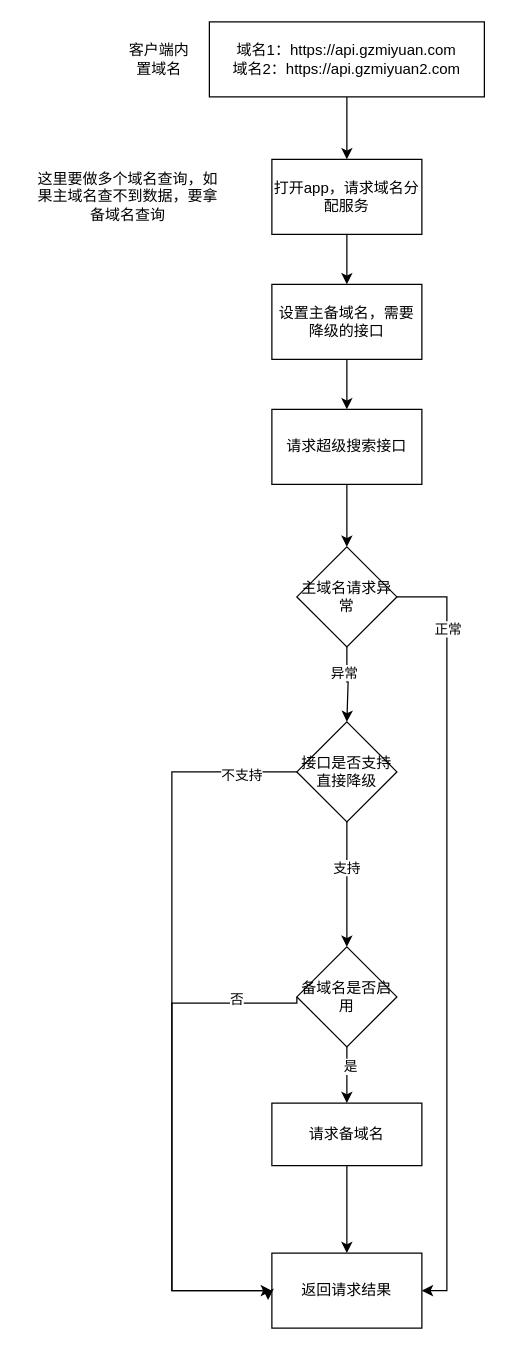
Above: page "第 1 页" (1 of 3) of 用户维度获取主备域名.drawio in smallleaf/draw.io (draw.io), before the change. Source tidied: cells renumbered, new cells numbered last; positions are measured from the earlier drawing's top-left corner, leaving out a move shared by most shapes. Both pictures are drawn from the tidied source at 125%, with x=0, y=0 at pixel (34, 21).
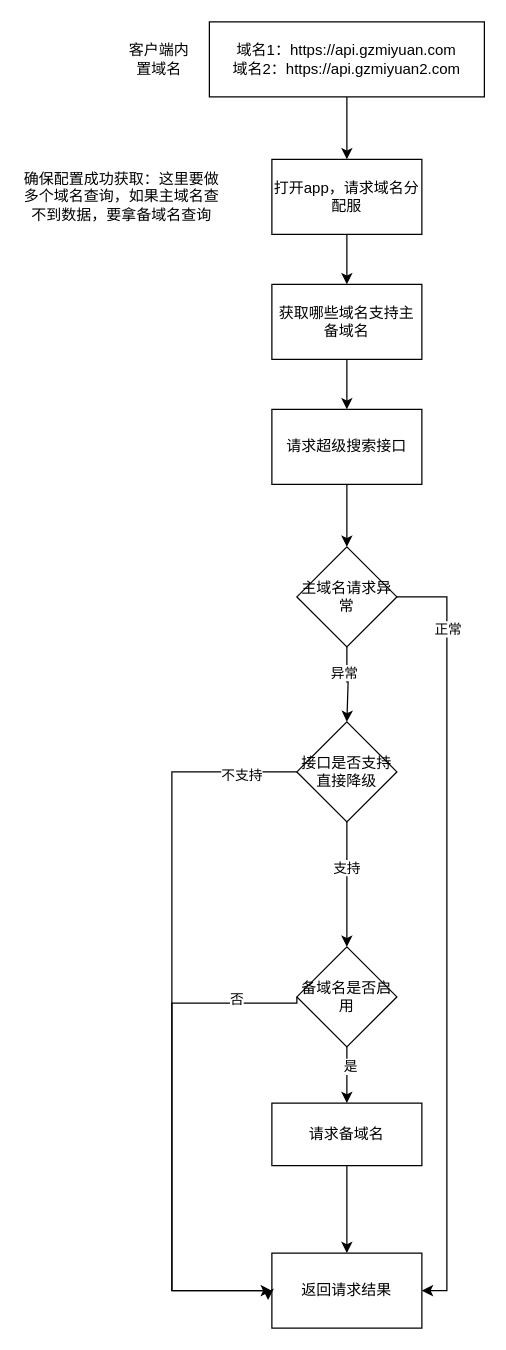
The same page after the edit.

Commit message:
更新用户维度获取主备域名.drawio

Change to the diagram source:
```diff
@@
-    <mxCell id="14" value="打开app，请求域名分配服务" style="rounded=0;whiteSpace=wrap;html=1;" parent="1" vertex="1">
+    <mxCell id="14" value="打开app，请求域名分配服" style="rounded=0;whiteSpace=wrap;html=1;" parent="1" vertex="1">
       <mxGeometry x="190" y="110" width="120" height="60" as="geometry" />
     </mxCell>
@@
-    <mxCell id="22" value="这里要做多个域名查询，如果主域名查不到数据，要拿备域名查询" style="text;html=1;align=center;verticalAlign=middle;whiteSpace=wrap;rounded=0;" parent="1" vertex="1">
-      <mxGeometry y="120" width="150" height="40" as="geometry" />
+    <mxCell id="22" value="确保配置成功获取：这里要做多个域名查询，如果主域名查不到数据，要拿备域名查询" style="text;html=1;align=center;verticalAlign=middle;whiteSpace=wrap;rounded=0;" parent="1" vertex="1">
+      <mxGeometry x="-10" y="110" width="160" height="60" as="geometry" />
     </mxCell>
@@
-    <mxCell id="24" value="设置主备域名，需要降级的接口" style="rounded=0;whiteSpace=wrap;html=1;" parent="1" vertex="1">
+    <mxCell id="24" value="获取哪些域名支持主备域名" style="rounded=0;whiteSpace=wrap;html=1;" parent="1" vertex="1">
       <mxGeometry x="190" y="210" width="120" height="60" as="geometry" />
     </mxCell>
```
